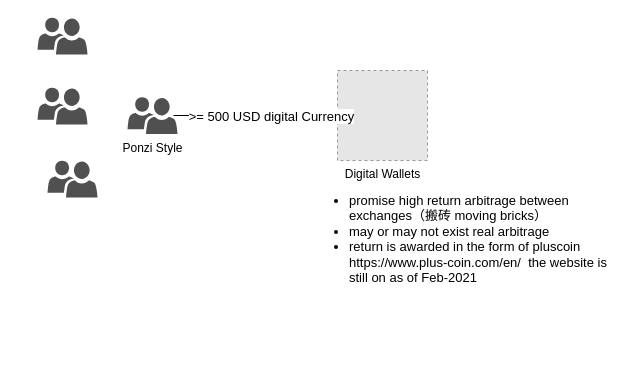
Above: TokenPlus.drawio in wholehope/diagram (draw.io), before the change. Source tidied: cells renumbered, new cells numbered last; positions are measured from the earlier drawing's top-left corner, leaving out a move shared by most shapes. Both pictures are drawn from the tidied source at 100%, with x=0, y=0 at pixel (37, 17). Pictures stored in the file or linked from it are replaced by grey dashed boxes.
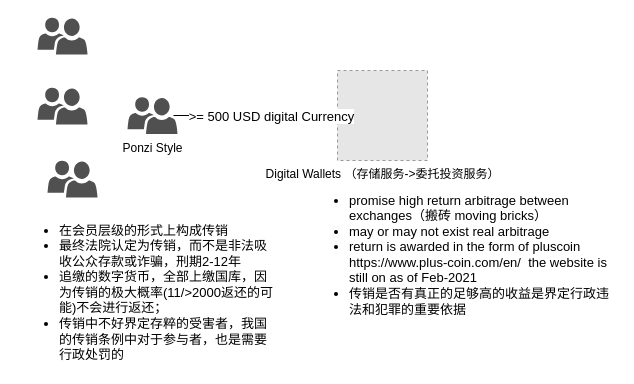
Above is the later version.

What changed in the source:
```diff
@@
 <mxGraphModel>
   <root>
     <mxCell id="0" />
     <mxCell id="1" parent="0" />
-    <mxCell id="2" value="Digital Wallets" style="fillColor=#E6E6E6;strokeColor=#999999;dashed=1;html=1;verticalAlign=top;verticalLabelPosition=bottom;labelBackgroundColor=#ffffff;" parent="1" vertex="1">
+    <mxCell id="2" value="Digital Wallets （存储服务-&amp;gt;委托投资服务）" style="fillColor=#E6E6E6;strokeColor=#999999;dashed=1;html=1;verticalAlign=top;verticalLabelPosition=bottom;labelBackgroundColor=#ffffff;" parent="1" vertex="1">
       <mxGeometry x="300" y="53" width="90" height="90" as="geometry" />
     </mxCell>
     <mxCell id="3" value="Ponzi Style" style="shadow=0;dashed=0;html=1;strokeColor=none;labelPosition=center;verticalLabelPosition=bottom;verticalAlign=top;align=center;fillColor=#505050;shape=mxgraph.mscae.intune.user_group;" parent="1" vertex="1">
       <mxGeometry x="90" y="79.5" width="50" height="37" as="geometry" />
     </mxCell>
     <mxCell id="4" style="shadow=0;dashed=0;html=1;strokeColor=none;labelPosition=center;verticalLabelPosition=bottom;verticalAlign=top;align=center;fillColor=#505050;shape=mxgraph.mscae.intune.user_group;" parent="1" vertex="1">
       <mxGeometry y="70" width="50" height="37" as="geometry" />
     </mxCell>
     <mxCell id="5" style="shadow=0;dashed=0;html=1;strokeColor=none;labelPosition=center;verticalLabelPosition=bottom;verticalAlign=top;align=center;fillColor=#505050;shape=mxgraph.mscae.intune.user_group;" parent="1" vertex="1">
       <mxGeometry x="10" y="143" width="50" height="37" as="geometry" />
     </mxCell>
     <mxCell id="6" style="shadow=0;dashed=0;html=1;strokeColor=none;labelPosition=center;verticalLabelPosition=bottom;verticalAlign=top;align=center;fillColor=#505050;shape=mxgraph.mscae.intune.user_group;" parent="1" vertex="1">
       <mxGeometry width="50" height="37" as="geometry" />
     </mxCell>
     <mxCell id="7" style="endArrow=classic;html=1;entryX=0;entryY=0.5;entryDx=0;entryDy=0;exitX=0.92;exitY=0.5;exitDx=0;exitDy=0;exitPerimeter=0;" parent="1" edge="1" source="3" target="2">
       <mxGeometry relative="1" as="geometry" />
     </mxCell>
     <mxCell id="8" value="&amp;gt;= 500 USD digital Currency" style="edgeLabel;html=1;align=center;verticalAlign=middle;fontSize=13;" parent="7" vertex="1">
       <mxGeometry x="0.18" relative="1" as="geometry" />
     </mxCell>
-    <mxCell id="9" value="&lt;ul&gt;&lt;li&gt;promise high return arbitrage between exchanges（搬砖 moving bricks）&lt;br&gt;&lt;/li&gt;&lt;li&gt;may or may not exist real arbitrage&lt;/li&gt;&lt;li&gt;return is awarded in the form of pluscoin https://www.plus-coin.com/en/&amp;nbsp; the website is still on as of Feb-2021&lt;/li&gt;&lt;/ul&gt;" style="text;strokeColor=none;fillColor=none;html=1;whiteSpace=wrap;verticalAlign=middle;overflow=hidden;fontSize=13;" parent="1" vertex="1">
-      <mxGeometry x="270" y="160" width="310" height="120" as="geometry" />
+    <mxCell id="9" value="&lt;ul&gt;&lt;li&gt;promise high return arbitrage between exchanges（搬砖 moving bricks）&lt;br&gt;&lt;/li&gt;&lt;li&gt;may or may not exist real arbitrage&lt;/li&gt;&lt;li&gt;return is awarded in the form of pluscoin https://www.plus-coin.com/en/&amp;nbsp; the website is still on as of Feb-2021&lt;/li&gt;&lt;li&gt;传销是否有真正的足够高的收益是界定行政违法和犯罪的重要依据&lt;/li&gt;&lt;/ul&gt;" style="text;strokeColor=none;fillColor=none;html=1;whiteSpace=wrap;verticalAlign=middle;overflow=hidden;fontSize=13;" parent="1" vertex="1">
+      <mxGeometry x="270" y="160" width="310" height="150" as="geometry" />
     </mxCell>
+    <mxCell id="10" value="&lt;ul&gt;&lt;li&gt;在会员层级的形式上构成传销&lt;/li&gt;&lt;li&gt;最终法院认定为传销，而不是非法吸收公众存款或诈骗，刑期2-12年&lt;/li&gt;&lt;li&gt;追缴的数字货币，全部上缴国库，因为传销的极大概率(11/&amp;gt;2000返还的可能)不会进行返还；&lt;/li&gt;&lt;li&gt;传销中不好界定存粹的受害者，我国的传销条例中对于参与者，也是需要行政处罚的&lt;/li&gt;&lt;/ul&gt;" style="text;strokeColor=none;fillColor=none;html=1;whiteSpace=wrap;verticalAlign=middle;overflow=hidden;fontSize=13;" parent="1" vertex="1">
+      <mxGeometry x="-20" y="190" width="260" height="160" as="geometry" />
+    </mxCell>
   </root>
 </mxGraphModel>
```
